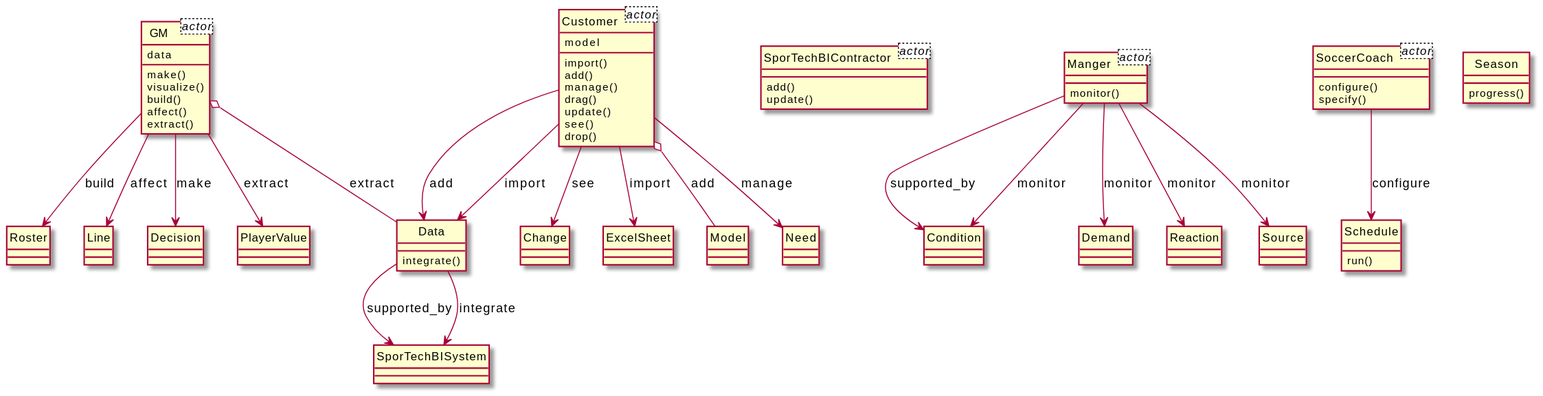
Above: output/diagram_5/2014-USC-Project02.svg in xixixhalu/DomainModelExtractor (PlantUML), before the change.
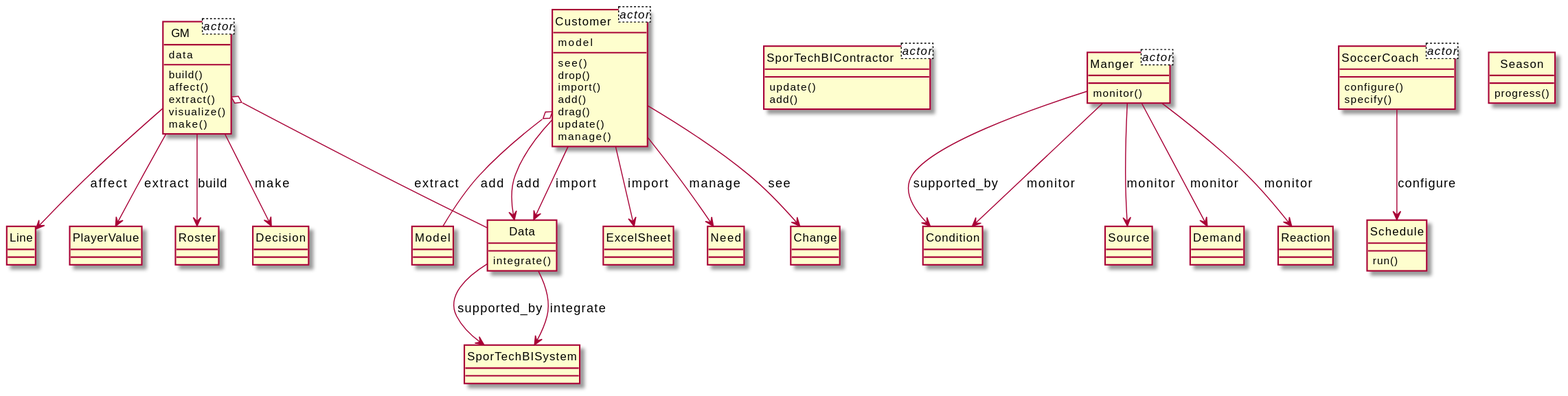
After the change.

Change to the diagram source:
```diff
@@ -12,34 +12,42 @@
 }
 class SoccerCoach<actor> {
 }
-class GM {
-	make()
-	visualize()
-	build()
-	affect()
-	extract()
+class Customer {
+	see()
+	drop()
+	import()
+	add()
+	drag()
+	update()
+	manage()
+}
+class ExcelSheet {
 }
 class Season {
 	progress()
-}
-class Customer {
-	import()
-	add()
-	manage()
-	drag()
-	update()
-	see()
-	drop()
-}
-class Schedule {
-	run()
-}
-class Roster {
 }
 class Manger {
 	monitor()
 }
 class Condition {
+}
+class SporTechBIContractor {
+	update()
+	add()
+}
+class GM {
+	build()
+	affect()
+	extract()
+	visualize()
+	make()
+}
+class Schedule {
+	run()
+}
+class Source {
+}
+class Need {
 }
 class Change {
 }
@@ -47,50 +55,42 @@
 	configure()
 	specify()
 }
+class Line {
+}
+class PlayerValue {
+}
 class Data {
 	integrate()
 }
+class SporTechBISystem {
+}
 class Demand {
 }
-class Line {
+class Roster {
 }
-class ExcelSheet {
+class Decision {
+}
+class Reaction {
 }
 class Model {
 }
-class Decision {
-}
-class SporTechBISystem {
-}
-class SporTechBIContractor {
-	add()
-	update()
-}
-class Reaction {
-}
-class PlayerValue {
-}
-class Need {
-}
-class Source {
-}
+Customer --> ExcelSheet : import
+GM o-- Data : extract
+Manger --> Reaction : monitor
+Manger --> Source : monitor
+Customer --> Data : import
+Customer --> Need : manage
+Customer --> Change : see
+Customer o-- Model : add
+Data --> SporTechBISystem : supported_by
 Manger --> Condition : supported_by
+SoccerCoach --> Schedule : configure
+GM --> Line : affect
+Manger --> Condition : monitor
 GM --> PlayerValue : extract
-Customer --> Change : see
-SoccerCoach --> Schedule : configure
-Customer --> Need : manage
+Data --> SporTechBISystem : integrate
+GM --> Decision : make
+Customer --> Data : add
 Manger --> Demand : monitor
-Manger --> Source : monitor
-Data --> SporTechBISystem : supported_by
-GM --> Line : affect
-Customer --> Data : add
-GM o-- Data : extract
-Customer --> ExcelSheet : import
-Customer o-- Model : add
-Manger --> Condition : monitor
-GM --> Decision : make
-Data --> SporTechBISystem : integrate
-Customer --> Data : import
-Manger --> Reaction : monitor
 GM --> Roster : build
 @enduml
```
